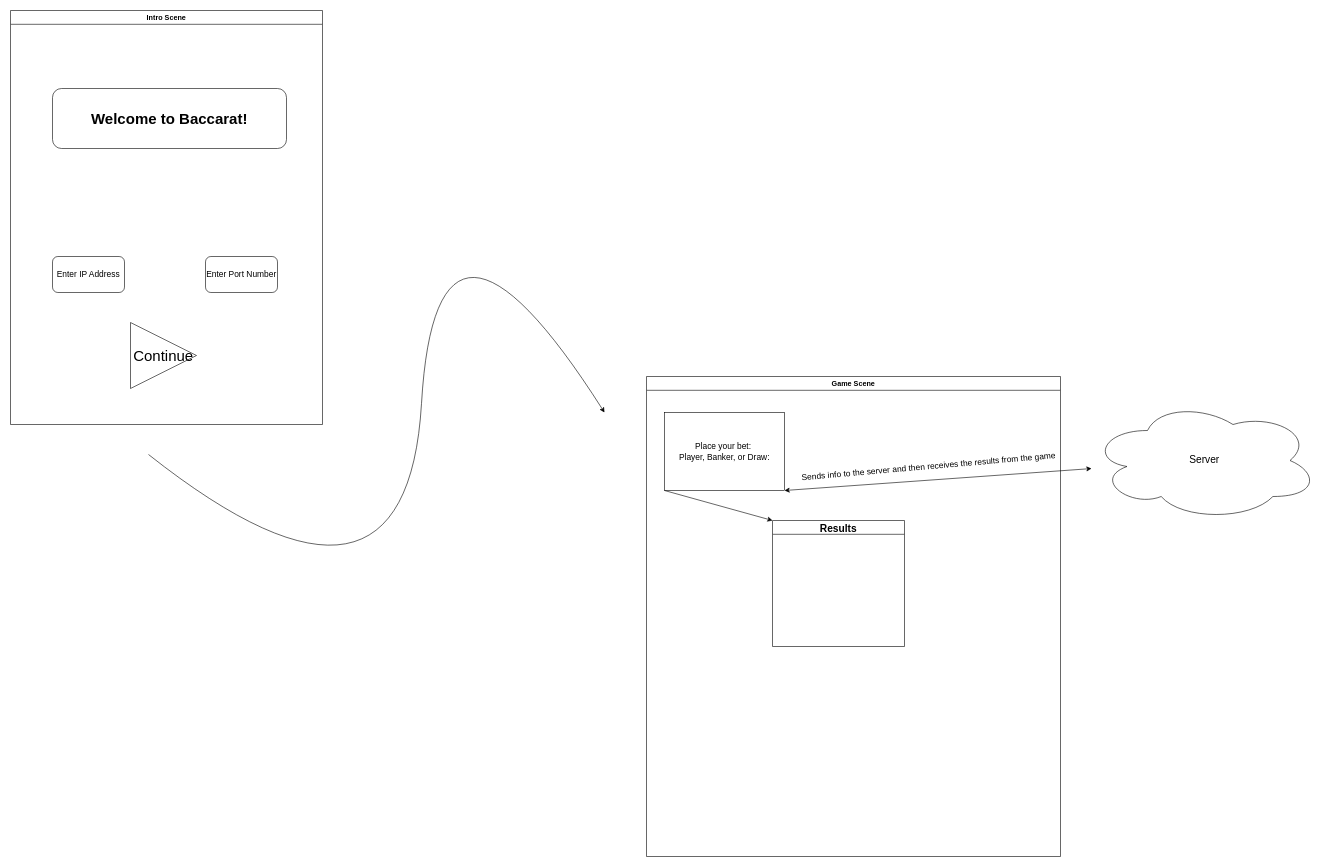
Before: page "Client Wireframe" (3 of 3) of networked_baccarat.drawio in meganmehta/baccarat_game, a draw.io diagram. Source tidied: cells renumbered, new cells numbered last; positions are measured from the earlier drawing's top-left corner, leaving out a move shared by most shapes. Both pictures are drawn from the tidied source at 60%, with x=0, y=0 at pixel (10, 10).
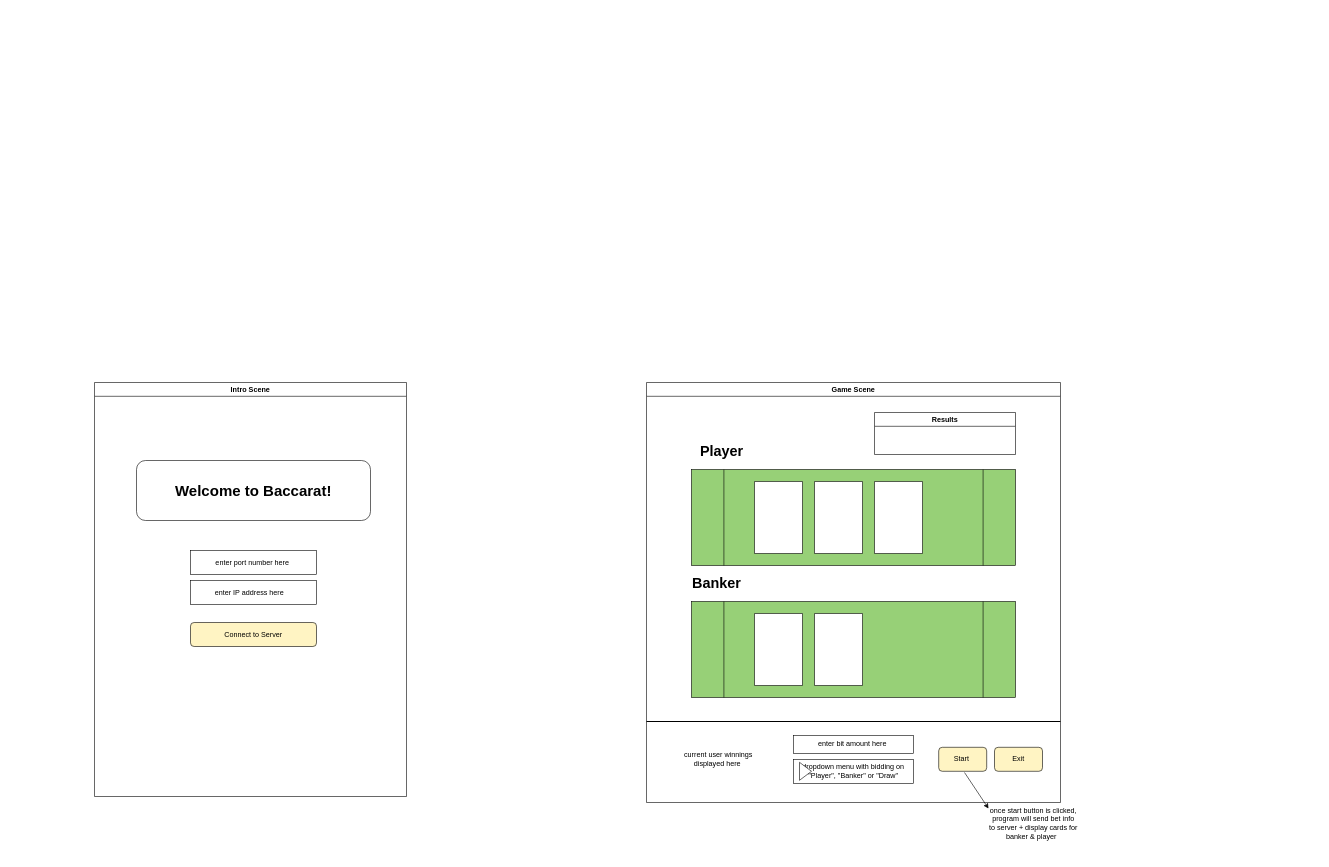
The same diagram, later.

Commit message:
added client UI design

Change to the diagram source:
```diff
@@
     <mxCell id="2" value="Intro Scene" style="swimlane;" parent="1" vertex="1">
-      <mxGeometry width="520" height="690" as="geometry" />
+      <mxGeometry x="140" y="620" width="520" height="690" as="geometry" />
     </mxCell>
-    <mxCell id="3" value="&lt;font style=&quot;font-size: 14px&quot;&gt;Enter IP Address&lt;/font&gt;" style="rounded=1;whiteSpace=wrap;html=1;" parent="2" vertex="1">
-      <mxGeometry x="70" y="410" width="120" height="60" as="geometry" />
-    </mxCell>
-    <mxCell id="4" value="&lt;font style=&quot;font-size: 14px&quot;&gt;Enter Port Number&lt;/font&gt;" style="rounded=1;whiteSpace=wrap;html=1;" parent="2" vertex="1">
-      <mxGeometry x="325" y="410" width="120" height="60" as="geometry" />
-    </mxCell>
@@
-    <mxCell id="6" value="Continue" style="triangle;whiteSpace=wrap;html=1;fontSize=25;" parent="2" vertex="1">
-      <mxGeometry x="200" y="520" width="110" height="110" as="geometry" />
-    </mxCell>
+    <mxCell id="15" style="rounded=0;whiteSpace=wrap;html=1;" parent="2" vertex="1">
+      <mxGeometry x="160" y="280" width="210" height="40" as="geometry" />
+    </mxCell>
+    <mxCell id="16" value="enter port number here&amp;nbsp;" style="text;html=1;strokeColor=none;fillColor=none;align=center;verticalAlign=middle;whiteSpace=wrap;rounded=0;" parent="2" vertex="1">
+      <mxGeometry x="185" y="285" width="160" height="30" as="geometry" />
+    </mxCell>
+    <mxCell id="17" style="rounded=0;whiteSpace=wrap;html=1;" parent="2" vertex="1">
+      <mxGeometry x="160" y="330" width="210" height="40" as="geometry" />
+    </mxCell>
+    <mxCell id="18" value="enter IP address here&amp;nbsp;" style="text;html=1;strokeColor=none;fillColor=none;align=center;verticalAlign=middle;whiteSpace=wrap;rounded=0;" parent="2" vertex="1">
+      <mxGeometry x="180" y="335" width="160" height="30" as="geometry" />
+    </mxCell>
+    <mxCell id="19" style="rounded=1;whiteSpace=wrap;html=1;fillColor=#FFF4C3;" parent="2" vertex="1">
+      <mxGeometry x="160" y="400" width="210" height="40" as="geometry" />
+    </mxCell>
+    <mxCell id="20" value="Connect to Server" style="text;html=1;strokeColor=none;fillColor=none;align=center;verticalAlign=middle;whiteSpace=wrap;rounded=0;" parent="2" vertex="1">
+      <mxGeometry x="205" y="405" width="120" height="30" as="geometry" />
+    </mxCell>
     <mxCell id="7" value="Game Scene" style="swimlane;" parent="1" vertex="1">
-      <mxGeometry x="1060" y="610" width="690" height="800" as="geometry" />
+      <mxGeometry x="1060" y="620" width="690" height="700" as="geometry" />
     </mxCell>
-    <mxCell id="8" value="Place your bet:&amp;nbsp;&lt;br&gt;Player, Banker, or Draw:" style="rounded=0;whiteSpace=wrap;html=1;fontSize=14;" parent="7" vertex="1">
-      <mxGeometry x="30" y="60" width="200" height="130" as="geometry" />
-    </mxCell>
+    <mxCell id="21" style="rounded=1;whiteSpace=wrap;html=1;fillColor=#FFF4C3;" parent="7" vertex="1">
+      <mxGeometry x="487" y="608" width="80" height="40" as="geometry" />
+    </mxCell>
+    <mxCell id="22" style="shape=process;whiteSpace=wrap;html=1;backgroundOutline=1;fillColor=#97D077;" parent="7" vertex="1">
+      <mxGeometry x="75" y="145" width="540" height="160" as="geometry" />
+    </mxCell>
+    <mxCell id="23" style="verticalLabelPosition=bottom;verticalAlign=top;html=1;shape=mxgraph.basic.rect;fillColor2=none;strokeWidth=1;size=20;indent=5;fillColor=#FFFFFF;rotation=90;" parent="7" vertex="1">
+      <mxGeometry x="160" y="185" width="120" height="80" as="geometry" />
+    </mxCell>
+    <mxCell id="24" style="shape=process;whiteSpace=wrap;html=1;backgroundOutline=1;fillColor=#97D077;" parent="7" vertex="1">
+      <mxGeometry x="75" y="365" width="540" height="160" as="geometry" />
+    </mxCell>
+    <mxCell id="25" style="verticalLabelPosition=bottom;verticalAlign=top;html=1;shape=mxgraph.basic.rect;fillColor2=none;strokeWidth=1;size=20;indent=5;fillColor=#FFFFFF;rotation=90;" parent="7" vertex="1">
+      <mxGeometry x="260" y="185" width="120" height="80" as="geometry" />
+    </mxCell>
+    <mxCell id="26" style="verticalLabelPosition=bottom;verticalAlign=top;html=1;shape=mxgraph.basic.rect;fillColor2=none;strokeWidth=1;size=20;indent=5;fillColor=#FFFFFF;rotation=90;" parent="7" vertex="1">
+      <mxGeometry x="160" y="405" width="120" height="80" as="geometry" />
+    </mxCell>
+    <mxCell id="27" style="verticalLabelPosition=bottom;verticalAlign=top;html=1;shape=mxgraph.basic.rect;fillColor2=none;strokeWidth=1;size=20;indent=5;fillColor=#FFFFFF;rotation=90;" parent="7" vertex="1">
+      <mxGeometry x="260" y="405" width="120" height="80" as="geometry" />
+    </mxCell>
+    <mxCell id="28" style="verticalLabelPosition=bottom;verticalAlign=top;html=1;shape=mxgraph.basic.rect;fillColor2=none;strokeWidth=1;size=20;indent=5;fillColor=#FFFFFF;rotation=90;" parent="7" vertex="1">
+      <mxGeometry x="360" y="185" width="120" height="80" as="geometry" />
+    </mxCell>
+    <mxCell id="29" value="Player" style="text;strokeColor=none;fillColor=none;html=1;fontSize=24;fontStyle=1;verticalAlign=middle;align=center;" parent="7" vertex="1">
+      <mxGeometry x="75" y="95" width="100" height="40" as="geometry" />
+    </mxCell>
+    <mxCell id="30" value="Banker&amp;nbsp;" style="text;strokeColor=none;fillColor=none;html=1;fontSize=24;fontStyle=1;verticalAlign=middle;align=center;" parent="7" vertex="1">
+      <mxGeometry x="70" y="315" width="100" height="40" as="geometry" />
+    </mxCell>
+    <mxCell id="31" style="line;strokeWidth=2;html=1;fillColor=#FFFFFF;" parent="7" vertex="1">
+      <mxGeometry y="560" width="690" height="10" as="geometry" />
+    </mxCell>
+    <mxCell id="32" value="Start&amp;nbsp;" style="text;html=1;strokeColor=none;fillColor=none;align=center;verticalAlign=middle;whiteSpace=wrap;rounded=0;" parent="7" vertex="1">
+      <mxGeometry x="497" y="613" width="60" height="30" as="geometry" />
+    </mxCell>
+    <mxCell id="33" style="rounded=0;whiteSpace=wrap;html=1;fillColor=#FFFFFF;" parent="7" vertex="1">
+      <mxGeometry x="245" y="588" width="200" height="30" as="geometry" />
+    </mxCell>
+    <mxCell id="34" value="dropdown menu with bidding on &quot;Player&quot;, &quot;Banker&quot; or &quot;Draw&quot;" style="html=1;whiteSpace=wrap;fillColor=#FFFFFF;" parent="7" vertex="1">
+      <mxGeometry x="245" y="628" width="200" height="40" as="geometry" />
+    </mxCell>
+    <mxCell id="35" style="triangle;html=1;whiteSpace=wrap;fillColor=#FFFFFF;" parent="34" vertex="1">
+      <mxGeometry x="10" y="5" width="20" height="30" as="geometry" />
+    </mxCell>
+    <mxCell id="36" value="enter bit amount here&amp;nbsp;" style="text;html=1;strokeColor=none;fillColor=none;align=center;verticalAlign=middle;whiteSpace=wrap;rounded=0;" parent="7" vertex="1">
+      <mxGeometry x="245" y="588" width="200" height="30" as="geometry" />
+    </mxCell>
-    <mxCell id="9" value="Results" style="swimlane;fontSize=17;" parent="7" vertex="1">
-      <mxGeometry x="210" y="240" width="220" height="210" as="geometry" />
+    <mxCell id="9" value="Results" style="swimlane;fillColor=#FFFFFF;" parent="7" vertex="1">
+      <mxGeometry x="380" y="50" width="235" height="70" as="geometry" />
     </mxCell>
-    <mxCell id="10" style="endArrow=classic;html=1;rounded=0;fontSize=17;exitX=0;exitY=1;exitDx=0;exitDy=0;entryX=0;entryY=0;entryDx=0;entryDy=0;" parent="7" edge="1" source="8" target="9">
-      <mxGeometry relative="1" as="geometry" />
-    </mxCell>
-    <mxCell id="11" value="Sends info to the server and then receives the results from the game" style="text;html=1;align=center;verticalAlign=middle;strokeColor=none;fillColor=none;fontSize=14;rotation=-5;" parent="7" vertex="1">
-      <mxGeometry x="250" y="140" width="440" height="20" as="geometry" />
-    </mxCell>
-    <mxCell id="12" style="curved=1;endArrow=classic;html=1;rounded=0;" parent="1" edge="1">
-      <mxGeometry relative="1" as="geometry">
-        <mxPoint x="230" y="740" as="sourcePoint" />
-        <mxPoint x="990" y="670" as="targetPoint" />
-        <Array as="points">
-          <mxPoint x="660" y="1080" />
-          <mxPoint x="710" y="230" />
-        </Array>
-      </mxGeometry>
-    </mxCell>
-    <mxCell id="13" value="&lt;font style=&quot;font-size: 17px&quot;&gt;Server&lt;/font&gt;" style="ellipse;shape=cloud;whiteSpace=wrap;html=1;fontSize=14;" parent="1" vertex="1">
-      <mxGeometry x="1800" y="650" width="380" height="200" as="geometry" />
-    </mxCell>
-    <mxCell id="14" style="endArrow=classic;startArrow=classic;html=1;rounded=0;fontSize=14;exitX=1;exitY=1;exitDx=0;exitDy=0;" parent="1" edge="1" source="8" target="13">
-      <mxGeometry relative="1" as="geometry" />
-    </mxCell>
+    <mxCell id="37" style="rounded=1;whiteSpace=wrap;html=1;fillColor=#FFF4C3;" parent="7" vertex="1">
+      <mxGeometry x="580" y="608" width="80" height="40" as="geometry" />
+    </mxCell>
+    <mxCell id="38" value="Exit" style="text;html=1;strokeColor=none;fillColor=none;align=center;verticalAlign=middle;whiteSpace=wrap;rounded=0;" parent="7" vertex="1">
+      <mxGeometry x="590" y="613" width="60" height="30" as="geometry" />
+    </mxCell>
+    <mxCell id="39" value="current user winnings displayed here&amp;nbsp;" style="text;html=1;strokeColor=none;fillColor=none;align=center;verticalAlign=middle;whiteSpace=wrap;rounded=0;" parent="7" vertex="1">
+      <mxGeometry x="60" y="613" width="120" height="30" as="geometry" />
+    </mxCell>
+    <mxCell id="40" style="endArrow=classic;html=1;rounded=0;" parent="1" edge="1">
+      <mxGeometry relative="1" as="geometry">
+        <mxPoint x="1590" y="1270" as="sourcePoint" />
+        <mxPoint x="1630" y="1330" as="targetPoint" />
+      </mxGeometry>
+    </mxCell>
+    <mxCell id="41" value="once start button is clicked, program will send bet info to server + display cards for banker &amp;amp; player&amp;nbsp;&amp;nbsp;" style="text;html=1;strokeColor=none;fillColor=none;align=center;verticalAlign=middle;whiteSpace=wrap;rounded=0;" parent="1" vertex="1">
+      <mxGeometry x="1630" y="1340" width="150" height="30" as="geometry" />
+    </mxCell>
```
